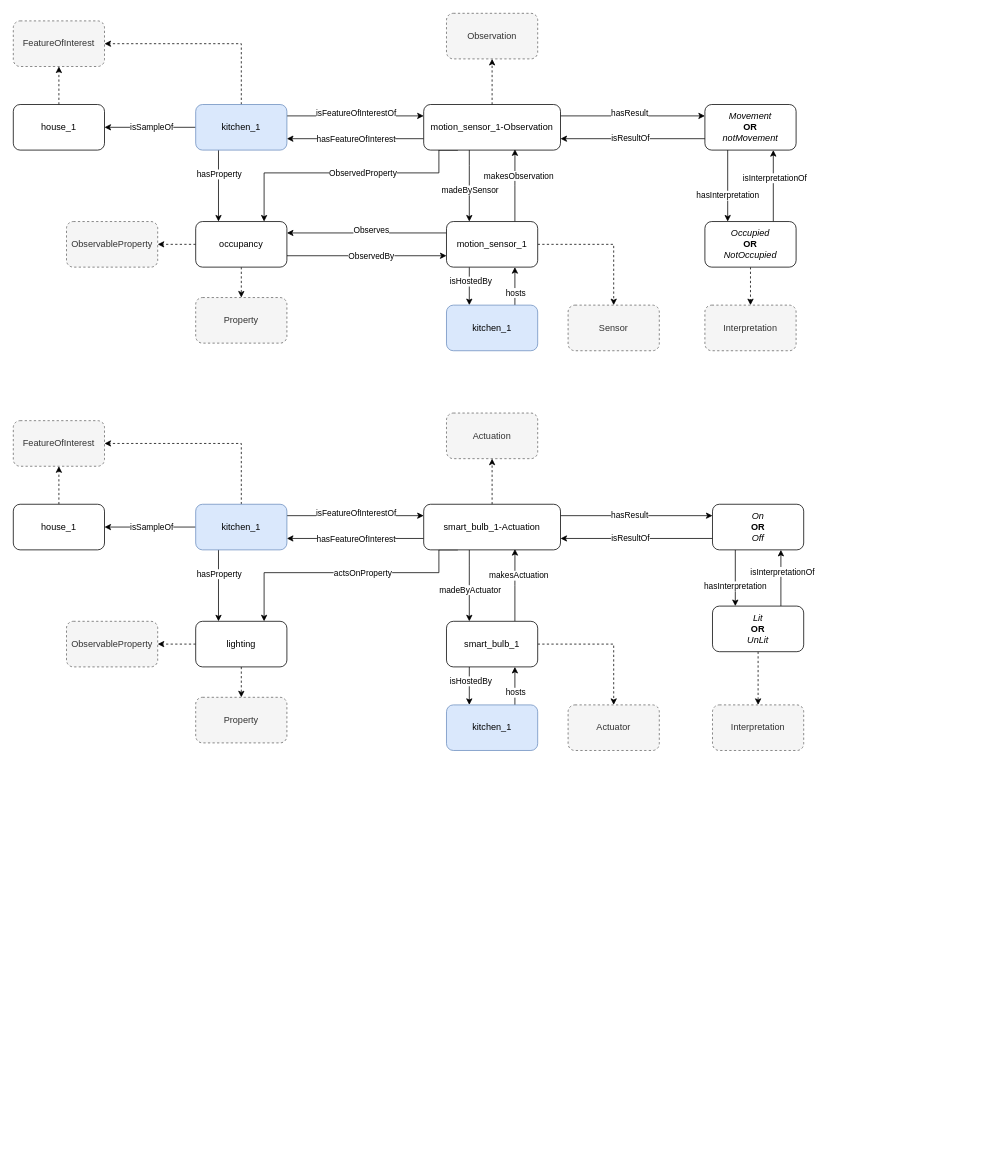
This is page "lighting_v2" (4 of 6) of docs/figures/sosa-onto-instances.drawio from anarubioruiz/asp-SOSAc, a draw.io file, before an edit. Source tidied: cells renumbered, new cells numbered last; positions are measured from the earlier drawing's top-left corner, leaving out a move shared by most shapes. Both pictures are drawn from the tidied source at 76%, with x=0, y=0 at pixel (13, 13).
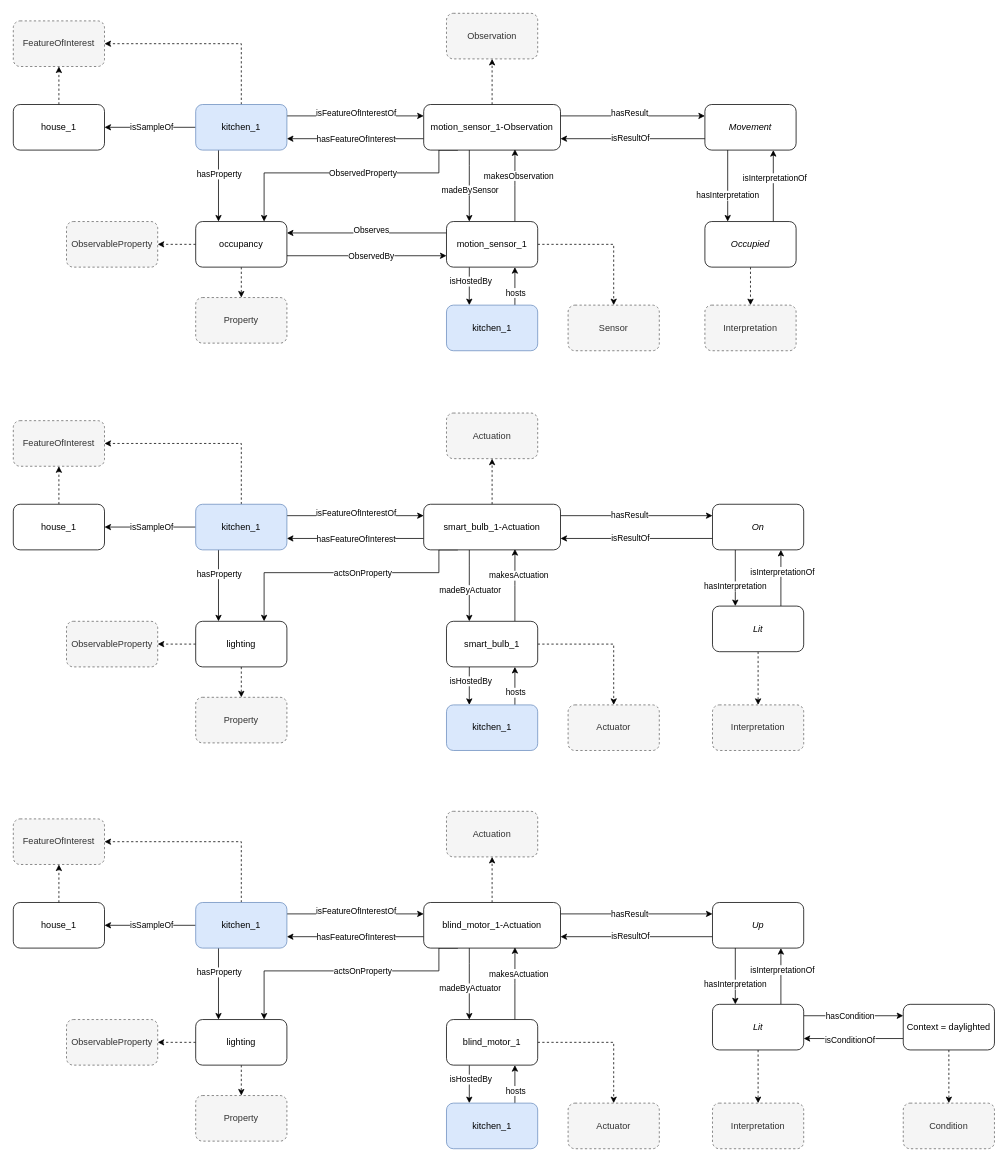
The same diagram, later.

Diff of the diagram source:
```diff
@@
-    <mxCell id="43" value="&lt;i&gt;Occupied&lt;/i&gt;&lt;br&gt;&lt;b&gt;OR&lt;/b&gt;&lt;br&gt;&lt;i&gt;NotOccupied&lt;/i&gt;" style="rounded=1;whiteSpace=wrap;html=1;" parent="1" vertex="1">
+    <mxCell id="43" value="&lt;i&gt;Occupied&lt;/i&gt;" style="rounded=1;whiteSpace=wrap;html=1;" parent="1" vertex="1">
       <mxGeometry x="910" y="274" width="120" height="60" as="geometry" />
     </mxCell>
@@
-    <mxCell id="49" value="&lt;i&gt;Movement&lt;/i&gt;&lt;br&gt;&lt;b&gt;OR&lt;/b&gt;&lt;br&gt;&lt;i&gt;notMovement&lt;/i&gt;" style="whiteSpace=wrap;html=1;rounded=1;" parent="1" vertex="1">
+    <mxCell id="49" value="&lt;i&gt;Movement&lt;/i&gt;" style="whiteSpace=wrap;html=1;rounded=1;" parent="1" vertex="1">
       <mxGeometry x="910" y="120" width="120" height="60" as="geometry" />
     </mxCell>
@@
-    <mxCell id="90" value="&lt;i&gt;Lit&lt;br&gt;&lt;/i&gt;&lt;b&gt;OR&lt;/b&gt;&lt;br&gt;&lt;i&gt;UnLit&lt;/i&gt;" style="rounded=1;whiteSpace=wrap;html=1;" parent="1" vertex="1">
+    <mxCell id="90" value="&lt;i&gt;Lit&lt;/i&gt;" style="rounded=1;whiteSpace=wrap;html=1;" parent="1" vertex="1">
       <mxGeometry x="920" y="780" width="120" height="60" as="geometry" />
     </mxCell>
@@
-    <mxCell id="96" value="&lt;i&gt;On&lt;/i&gt;&lt;br&gt;&lt;b&gt;OR&lt;/b&gt;&lt;br&gt;&lt;i&gt;Off&lt;/i&gt;" style="whiteSpace=wrap;html=1;rounded=1;" parent="1" vertex="1">
+    <mxCell id="96" value="&lt;i&gt;On&lt;/i&gt;" style="whiteSpace=wrap;html=1;rounded=1;" parent="1" vertex="1">
       <mxGeometry x="920" y="646" width="120" height="60" as="geometry" />
     </mxCell>
@@
+    <mxCell id="100" value="FeatureOfInterest" style="rounded=1;whiteSpace=wrap;html=1;dashed=1;fillColor=#f5f5f5;fontColor=#333333;strokeColor=#666666;" parent="1" vertex="1">
+      <mxGeometry y="1060" width="120" height="60" as="geometry" />
+    </mxCell>
+    <mxCell id="101" style="edgeStyle=orthogonalEdgeStyle;rounded=0;jettySize=auto;html=1;exitX=0.5;exitY=0;exitDx=0;exitDy=0;entryX=0.5;entryY=1;entryDx=0;entryDy=0;dashed=1;" parent="1" edge="1" source="102" target="100">
+      <mxGeometry relative="1" as="geometry" />
+    </mxCell>
+    <mxCell id="102" value="house_1" style="rounded=1;whiteSpace=wrap;html=1;" parent="1" vertex="1">
+      <mxGeometry y="1170" width="120" height="60" as="geometry" />
+    </mxCell>
+    <mxCell id="103" style="edgeStyle=orthogonalEdgeStyle;rounded=0;jettySize=auto;html=1;entryX=1;entryY=0.5;entryDx=0;entryDy=0;dashed=1;exitX=0.5;exitY=0;exitDx=0;exitDy=0;" parent="1" edge="1" source="110" target="100">
+      <mxGeometry relative="1" as="geometry" />
+    </mxCell>
+    <mxCell id="104" style="edgeStyle=orthogonalEdgeStyle;rounded=0;jettySize=auto;html=1;exitX=0;exitY=0.5;exitDx=0;exitDy=0;entryX=1;entryY=0.5;entryDx=0;entryDy=0;" parent="1" edge="1" source="110" target="102">
+      <mxGeometry relative="1" as="geometry" />
+    </mxCell>
+    <mxCell id="105" value="isSampleOf" style="edgeLabel;html=1;align=center;verticalAlign=middle;" parent="104" vertex="1">
+      <mxGeometry x="0.32" y="-1" relative="1" as="geometry">
+        <mxPoint x="20" as="offset" />
+      </mxGeometry>
+    </mxCell>
+    <mxCell id="106" style="edgeStyle=orthogonalEdgeStyle;rounded=0;jettySize=auto;html=1;exitX=0.25;exitY=1;exitDx=0;exitDy=0;entryX=0.25;entryY=0;entryDx=0;entryDy=0;" parent="1" edge="1" source="110" target="131">
+      <mxGeometry relative="1" as="geometry" />
+    </mxCell>
+    <mxCell id="107" value="hasProperty" style="edgeLabel;html=1;align=center;verticalAlign=middle;" parent="106" vertex="1">
+      <mxGeometry x="-0.34" relative="1" as="geometry" />
+    </mxCell>
+    <mxCell id="108" style="edgeStyle=orthogonalEdgeStyle;rounded=0;jettySize=auto;html=1;exitX=1;exitY=0.25;exitDx=0;exitDy=0;entryX=0;entryY=0.25;entryDx=0;entryDy=0;" parent="1" edge="1" source="110" target="128">
+      <mxGeometry relative="1" as="geometry" />
+    </mxCell>
+    <mxCell id="109" value="isFeatureOfInterestOf" style="edgeLabel;html=1;align=center;verticalAlign=middle;" parent="108" vertex="1">
+      <mxGeometry x="-0.21" y="4" relative="1" as="geometry">
+        <mxPoint x="19" as="offset" />
+      </mxGeometry>
+    </mxCell>
+    <mxCell id="110" value="kitchen_1" style="rounded=1;whiteSpace=wrap;html=1;fillColor=#dae8fc;strokeColor=#6c8ebf;" parent="1" vertex="1">
+      <mxGeometry x="240" y="1170" width="120" height="60" as="geometry" />
+    </mxCell>
+    <mxCell id="111" value="Actuation" style="rounded=1;whiteSpace=wrap;html=1;dashed=1;fillColor=#f5f5f5;fontColor=#333333;strokeColor=#666666;" parent="1" vertex="1">
+      <mxGeometry x="570" y="1050" width="120" height="60" as="geometry" />
+    </mxCell>
+    <mxCell id="112" value="Actuator" style="rounded=1;whiteSpace=wrap;html=1;dashed=1;fillColor=#f5f5f5;fontColor=#333333;strokeColor=#666666;" parent="1" vertex="1">
+      <mxGeometry x="730" y="1434" width="120" height="60" as="geometry" />
+    </mxCell>
+    <mxCell id="113" style="edgeStyle=orthogonalEdgeStyle;rounded=0;jettySize=auto;html=1;exitX=1;exitY=0.5;exitDx=0;exitDy=0;entryX=0.5;entryY=0;entryDx=0;entryDy=0;dashed=1;" parent="1" edge="1" source="118" target="112">
+      <mxGeometry relative="1" as="geometry">
+        <Array as="points">
+          <mxPoint x="790" y="1354" />
+        </Array>
+      </mxGeometry>
+    </mxCell>
+    <mxCell id="114" style="edgeStyle=orthogonalEdgeStyle;rounded=0;jettySize=auto;html=1;exitX=0.75;exitY=0;exitDx=0;exitDy=0;entryX=0.667;entryY=0.983;entryDx=0;entryDy=0;entryPerimeter=0;" parent="1" edge="1" source="118" target="128">
+      <mxGeometry relative="1" as="geometry" />
+    </mxCell>
+    <mxCell id="115" value="makesActuation" style="edgeLabel;html=1;align=center;verticalAlign=middle;" parent="114" vertex="1">
+      <mxGeometry x="0.29" y="-4" relative="1" as="geometry" />
+    </mxCell>
+    <mxCell id="116" style="edgeStyle=orthogonalEdgeStyle;rounded=0;jettySize=auto;html=1;exitX=0.25;exitY=1;exitDx=0;exitDy=0;entryX=0.25;entryY=0;entryDx=0;entryDy=0;" parent="1" edge="1" source="118" target="148">
+      <mxGeometry relative="1" as="geometry" />
+    </mxCell>
+    <mxCell id="117" value="isHostedBy" style="edgeLabel;html=1;align=center;verticalAlign=middle;" parent="116" vertex="1">
+      <mxGeometry x="-0.27" y="1" relative="1" as="geometry" />
+    </mxCell>
+    <mxCell id="118" value="blind_motor_1" style="rounded=1;whiteSpace=wrap;html=1;" parent="1" vertex="1">
+      <mxGeometry x="570" y="1324" width="120" height="60" as="geometry" />
+    </mxCell>
+    <mxCell id="119" style="edgeStyle=orthogonalEdgeStyle;rounded=0;jettySize=auto;html=1;entryX=1;entryY=0.75;entryDx=0;entryDy=0;exitX=0;exitY=0.75;exitDx=0;exitDy=0;" parent="1" edge="1" source="128" target="110">
+      <mxGeometry relative="1" as="geometry" />
+    </mxCell>
+    <mxCell id="120" value="hasFeatureOfInterest" style="edgeLabel;html=1;align=center;verticalAlign=middle;" parent="119" vertex="1">
+      <mxGeometry x="0.28" y="-3" relative="1" as="geometry">
+        <mxPoint x="25" y="3" as="offset" />
+      </mxGeometry>
+    </mxCell>
+    <mxCell id="121" style="edgeStyle=orthogonalEdgeStyle;rounded=0;jettySize=auto;html=1;entryX=0.25;entryY=0;entryDx=0;entryDy=0;" parent="1" edge="1" source="128" target="118">
+      <mxGeometry relative="1" as="geometry">
+        <Array as="points">
+          <mxPoint x="600" y="1250" />
+          <mxPoint x="600" y="1250" />
+        </Array>
+      </mxGeometry>
+    </mxCell>
+    <mxCell id="122" value="madeByActuator" style="edgeLabel;html=1;align=center;verticalAlign=middle;" parent="121" vertex="1">
+      <mxGeometry x="-0.25" relative="1" as="geometry">
+        <mxPoint y="17" as="offset" />
+      </mxGeometry>
+    </mxCell>
+    <mxCell id="123" style="edgeStyle=orthogonalEdgeStyle;rounded=0;jettySize=auto;html=1;entryX=0.5;entryY=1;entryDx=0;entryDy=0;dashed=1;" parent="1" edge="1" source="128" target="111">
+      <mxGeometry relative="1" as="geometry" />
+    </mxCell>
+    <mxCell id="124" style="edgeStyle=orthogonalEdgeStyle;rounded=0;jettySize=auto;html=1;exitX=0.25;exitY=1;exitDx=0;exitDy=0;entryX=0.75;entryY=0;entryDx=0;entryDy=0;" parent="1" edge="1" source="128" target="131">
+      <mxGeometry relative="1" as="geometry">
+        <Array as="points">
+          <mxPoint x="560" y="1230" />
+          <mxPoint x="560" y="1260" />
+          <mxPoint x="330" y="1260" />
+        </Array>
+      </mxGeometry>
+    </mxCell>
+    <mxCell id="125" value="actsOnProperty" style="edgeLabel;html=1;align=center;verticalAlign=middle;" parent="124" vertex="1">
+      <mxGeometry x="0.19" y="3" relative="1" as="geometry">
+        <mxPoint x="52" y="-3" as="offset" />
+      </mxGeometry>
+    </mxCell>
+    <mxCell id="126" style="edgeStyle=orthogonalEdgeStyle;rounded=0;jettySize=auto;html=1;exitX=1;exitY=0.25;exitDx=0;exitDy=0;entryX=0;entryY=0.25;entryDx=0;entryDy=0;" parent="1" edge="1" source="128" target="145">
+      <mxGeometry relative="1" as="geometry" />
+    </mxCell>
+    <mxCell id="127" value="hasResult" style="edgeLabel;html=1;align=center;verticalAlign=middle;" parent="126" vertex="1">
+      <mxGeometry x="-0.15" y="5" relative="1" as="geometry">
+        <mxPoint x="5" y="4" as="offset" />
+      </mxGeometry>
+    </mxCell>
+    <mxCell id="128" value="blind_motor_1-Actuation" style="rounded=1;whiteSpace=wrap;html=1;" parent="1" vertex="1">
+      <mxGeometry x="540" y="1170" width="180" height="60" as="geometry" />
+    </mxCell>
+    <mxCell id="129" style="edgeStyle=orthogonalEdgeStyle;rounded=0;jettySize=auto;html=1;dashed=1;" parent="1" edge="1" source="131" target="132">
+      <mxGeometry relative="1" as="geometry" />
+    </mxCell>
+    <mxCell id="130" style="edgeStyle=orthogonalEdgeStyle;rounded=0;jettySize=auto;html=1;dashed=1;" parent="1" edge="1" source="131" target="133">
+      <mxGeometry relative="1" as="geometry" />
+    </mxCell>
+    <mxCell id="131" value="lighting" style="rounded=1;whiteSpace=wrap;html=1;" parent="1" vertex="1">
+      <mxGeometry x="240" y="1324" width="120" height="60" as="geometry" />
+    </mxCell>
+    <mxCell id="132" value="Property" style="whiteSpace=wrap;html=1;rounded=1;fillColor=#f5f5f5;fontColor=#333333;strokeColor=#666666;dashed=1;" parent="1" vertex="1">
+      <mxGeometry x="240" y="1424" width="120" height="60" as="geometry" />
+    </mxCell>
+    <mxCell id="133" value="ObservableProperty" style="whiteSpace=wrap;html=1;rounded=1;fillColor=#f5f5f5;fontColor=#333333;strokeColor=#666666;dashed=1;" parent="1" vertex="1">
+      <mxGeometry x="70" y="1324" width="120" height="60" as="geometry" />
+    </mxCell>
+    <mxCell id="134" style="edgeStyle=orthogonalEdgeStyle;rounded=0;jettySize=auto;html=1;dashed=1;exitX=0.5;exitY=1;exitDx=0;exitDy=0;" parent="1" edge="1" source="139" target="140">
+      <mxGeometry relative="1" as="geometry" />
+    </mxCell>
+    <mxCell id="135" style="edgeStyle=orthogonalEdgeStyle;rounded=0;jettySize=auto;html=1;exitX=0.75;exitY=0;exitDx=0;exitDy=0;entryX=0.75;entryY=1;entryDx=0;entryDy=0;" parent="1" edge="1" source="139" target="145">
+      <mxGeometry relative="1" as="geometry" />
+    </mxCell>
+    <mxCell id="136" value="isInterpretationOf" style="edgeLabel;html=1;align=center;verticalAlign=middle;" parent="135" vertex="1">
+      <mxGeometry x="0.24" y="-1" relative="1" as="geometry" />
+    </mxCell>
+    <mxCell id="137" style="edgeStyle=orthogonalEdgeStyle;rounded=0;jettySize=auto;html=1;exitX=1;exitY=0.25;exitDx=0;exitDy=0;entryX=0;entryY=0.25;entryDx=0;entryDy=0;" parent="1" edge="1" source="139" target="153">
+      <mxGeometry relative="1" as="geometry" />
+    </mxCell>
+    <mxCell id="138" value="hasCondition" style="edgeLabel;html=1;align=center;verticalAlign=middle;" parent="137" vertex="1">
+      <mxGeometry x="-0.25" relative="1" as="geometry">
+        <mxPoint x="11" as="offset" />
+      </mxGeometry>
+    </mxCell>
+    <mxCell id="139" value="&lt;i&gt;Lit&lt;/i&gt;" style="rounded=1;whiteSpace=wrap;html=1;" parent="1" vertex="1">
+      <mxGeometry x="920" y="1304" width="120" height="60" as="geometry" />
+    </mxCell>
+    <mxCell id="140" value="Interpretation" style="whiteSpace=wrap;html=1;rounded=1;fillColor=#f5f5f5;fontColor=#333333;strokeColor=#666666;dashed=1;" parent="1" vertex="1">
+      <mxGeometry x="920" y="1434" width="120" height="60" as="geometry" />
+    </mxCell>
+    <mxCell id="141" style="edgeStyle=orthogonalEdgeStyle;rounded=0;jettySize=auto;html=1;exitX=0;exitY=0.75;exitDx=0;exitDy=0;entryX=1;entryY=0.75;entryDx=0;entryDy=0;" parent="1" edge="1" source="145" target="128">
+      <mxGeometry relative="1" as="geometry" />
+    </mxCell>
+    <mxCell id="142" value="isResultOf" style="edgeLabel;html=1;align=center;verticalAlign=middle;" parent="141" vertex="1">
+      <mxGeometry x="-0.27" y="-1" relative="1" as="geometry">
+        <mxPoint x="-36" as="offset" />
+      </mxGeometry>
+    </mxCell>
+    <mxCell id="143" style="edgeStyle=orthogonalEdgeStyle;rounded=0;jettySize=auto;html=1;exitX=0.25;exitY=1;exitDx=0;exitDy=0;entryX=0.25;entryY=0;entryDx=0;entryDy=0;" parent="1" edge="1" source="145" target="139">
+      <mxGeometry relative="1" as="geometry" />
+    </mxCell>
+    <mxCell id="144" value="hasInterpretation" style="edgeLabel;html=1;align=center;verticalAlign=middle;" parent="143" vertex="1">
+      <mxGeometry x="0.26" y="-1" relative="1" as="geometry" />
+    </mxCell>
+    <mxCell id="145" value="&lt;i&gt;Up&lt;/i&gt;" style="whiteSpace=wrap;html=1;rounded=1;" parent="1" vertex="1">
+      <mxGeometry x="920" y="1170" width="120" height="60" as="geometry" />
+    </mxCell>
+    <mxCell id="146" style="edgeStyle=orthogonalEdgeStyle;rounded=0;jettySize=auto;html=1;exitX=0.75;exitY=0;exitDx=0;exitDy=0;entryX=0.75;entryY=1;entryDx=0;entryDy=0;" parent="1" edge="1" source="148" target="118">
+      <mxGeometry relative="1" as="geometry" />
+    </mxCell>
+    <mxCell id="147" value="hosts" style="edgeLabel;html=1;align=center;verticalAlign=middle;" parent="146" vertex="1">
+      <mxGeometry x="-0.33" relative="1" as="geometry" />
+    </mxCell>
+    <mxCell id="148" value="kitchen_1" style="rounded=1;whiteSpace=wrap;html=1;fillColor=#dae8fc;strokeColor=#6c8ebf;" parent="1" vertex="1">
+      <mxGeometry x="570" y="1434" width="120" height="60" as="geometry" />
+    </mxCell>
+    <mxCell id="149" value="Condition" style="whiteSpace=wrap;html=1;rounded=1;fillColor=#f5f5f5;fontColor=#333333;strokeColor=#666666;dashed=1;" parent="1" vertex="1">
+      <mxGeometry x="1171" y="1434" width="120" height="60" as="geometry" />
+    </mxCell>
+    <mxCell id="150" style="edgeStyle=orthogonalEdgeStyle;rounded=0;jettySize=auto;html=1;exitX=0.5;exitY=1;exitDx=0;exitDy=0;entryX=0.5;entryY=0;entryDx=0;entryDy=0;dashed=1;" parent="1" edge="1" source="153" target="149">
+      <mxGeometry relative="1" as="geometry" />
+    </mxCell>
+    <mxCell id="151" style="edgeStyle=orthogonalEdgeStyle;rounded=0;jettySize=auto;html=1;exitX=0;exitY=0.75;exitDx=0;exitDy=0;entryX=1;entryY=0.75;entryDx=0;entryDy=0;" parent="1" edge="1" source="153" target="139">
+      <mxGeometry relative="1" as="geometry" />
+    </mxCell>
+    <mxCell id="152" value="isConditionOf" style="edgeLabel;html=1;align=center;verticalAlign=middle;" parent="151" vertex="1">
+      <mxGeometry x="-0.28" y="2" relative="1" as="geometry">
+        <mxPoint x="-24" as="offset" />
+      </mxGeometry>
+    </mxCell>
+    <mxCell id="153" value="Context = daylighted" style="rounded=1;whiteSpace=wrap;html=1;" parent="1" vertex="1">
+      <mxGeometry x="1171" y="1304" width="120" height="60" as="geometry" />
+    </mxCell>
```
